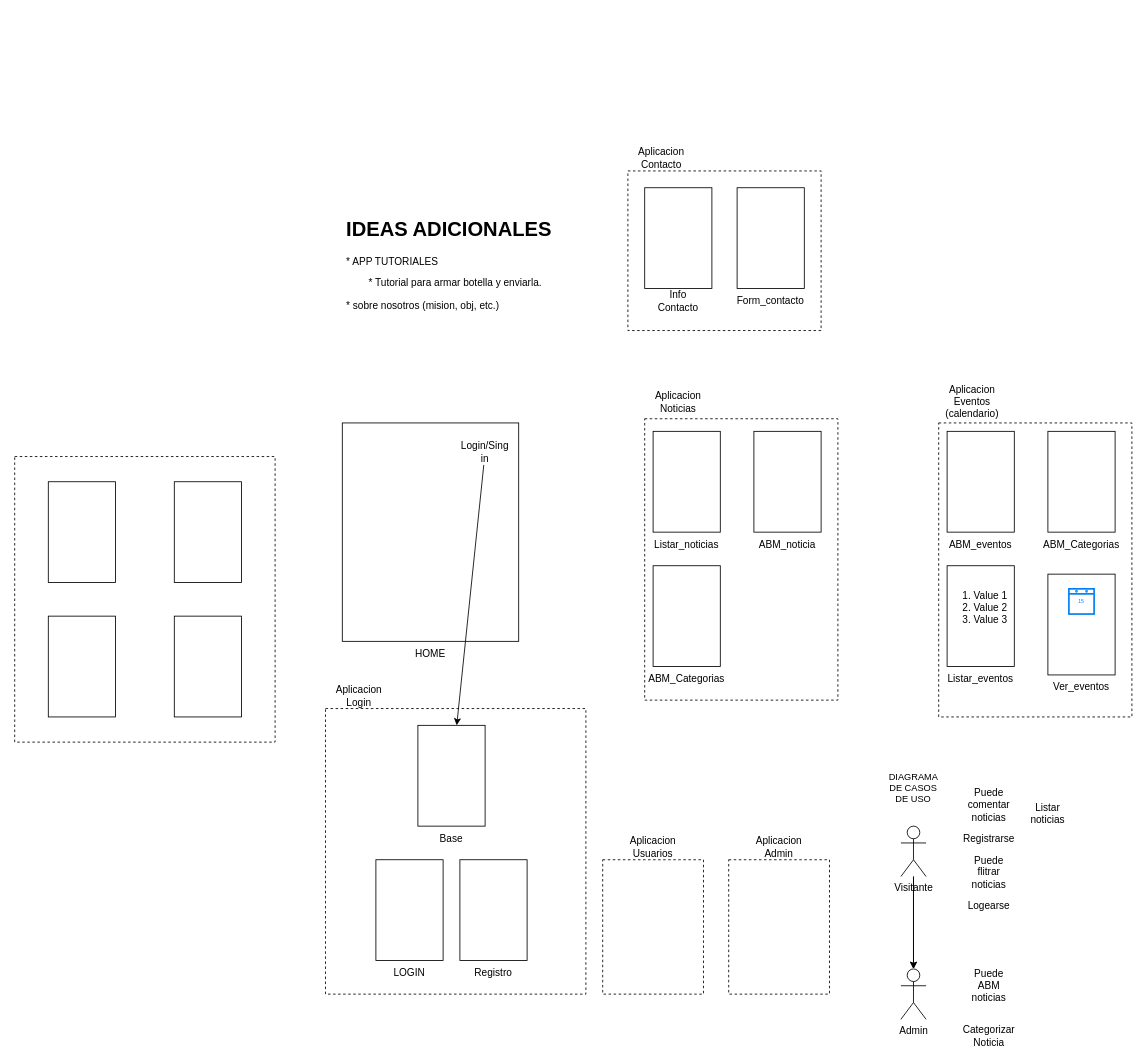
Above: page "Maquetado1" (1 of 2) of Notas.drawio in AlexisRmnk/PF_Informatorio22 (draw.io), before the change. Source tidied: cells renumbered, new cells numbered last; positions are measured from the earlier drawing's top-left corner, leaving out a move shared by most shapes. Both pictures are drawn from the tidied source at 84%, with x=0, y=0 at pixel (14, 145).
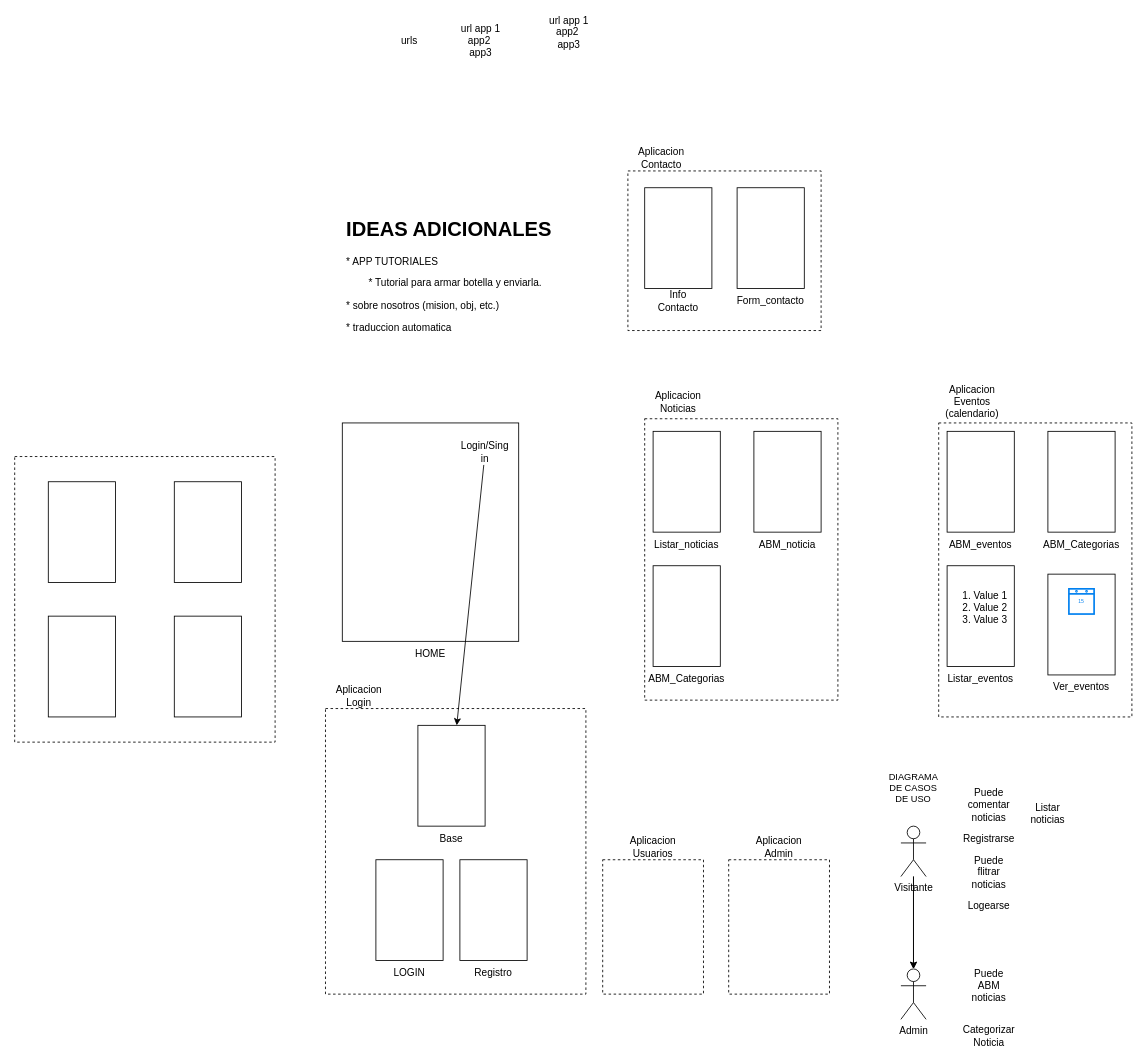
Above is the later version.

The edit, as a diff of the source:
```diff
@@
-    <mxCell id="28" value="&lt;h1&gt;IDEAS ADICIONALES&lt;/h1&gt;&lt;p&gt;&lt;span style=&quot;background-color: initial;&quot;&gt;* APP TUTORIALES&lt;/span&gt;&lt;/p&gt;&lt;p&gt;&lt;span style=&quot;background-color: initial;&quot;&gt;&lt;span style=&quot;white-space: pre;&quot;&gt;&#9;&lt;/span&gt;* Tutorial para armar botella y enviarla.&amp;nbsp;&lt;/span&gt;&lt;/p&gt;&lt;p&gt;* sobre nosotros (mision, obj, etc.)&lt;/p&gt;" style="text;html=1;strokeColor=none;fillColor=none;spacing=5;spacingTop=-20;whiteSpace=wrap;overflow=hidden;rounded=0;" parent="1" vertex="1">
+    <mxCell id="28" value="&lt;h1&gt;IDEAS ADICIONALES&lt;/h1&gt;&lt;p&gt;&lt;span style=&quot;background-color: initial;&quot;&gt;* APP TUTORIALES&lt;/span&gt;&lt;/p&gt;&lt;p&gt;&lt;span style=&quot;background-color: initial;&quot;&gt;&lt;span style=&quot;white-space: pre;&quot;&gt;&#9;&lt;/span&gt;* Tutorial para armar botella y enviarla.&amp;nbsp;&lt;/span&gt;&lt;/p&gt;&lt;p&gt;* sobre nosotros (mision, obj, etc.)&lt;/p&gt;&lt;p&gt;* traduccion automatica&lt;/p&gt;" style="text;html=1;strokeColor=none;fillColor=none;spacing=5;spacingTop=-20;whiteSpace=wrap;overflow=hidden;rounded=0;" parent="1" vertex="1">
       <mxGeometry x="390" y="80" width="300" height="200" as="geometry" />
     </mxCell>
@@
+    <mxCell id="62" value="urls" style="text;html=1;strokeColor=none;fillColor=none;align=center;verticalAlign=middle;whiteSpace=wrap;rounded=0;" parent="1" vertex="1">
+      <mxGeometry x="440" y="-140" width="60" height="30" as="geometry" />
+    </mxCell>
+    <mxCell id="63" value="url app 1&lt;br&gt;app2&amp;nbsp;&lt;br&gt;app3" style="text;html=1;strokeColor=none;fillColor=none;align=center;verticalAlign=middle;whiteSpace=wrap;rounded=0;" parent="1" vertex="1">
+      <mxGeometry x="525" y="-140" width="60" height="30" as="geometry" />
+    </mxCell>
+    <mxCell id="64" value="url app 1&lt;br&gt;app2&amp;nbsp;&lt;br&gt;app3" style="text;html=1;strokeColor=none;fillColor=none;align=center;verticalAlign=middle;whiteSpace=wrap;rounded=0;" parent="1" vertex="1">
+      <mxGeometry x="630" y="-150" width="60" height="30" as="geometry" />
+    </mxCell>
```
